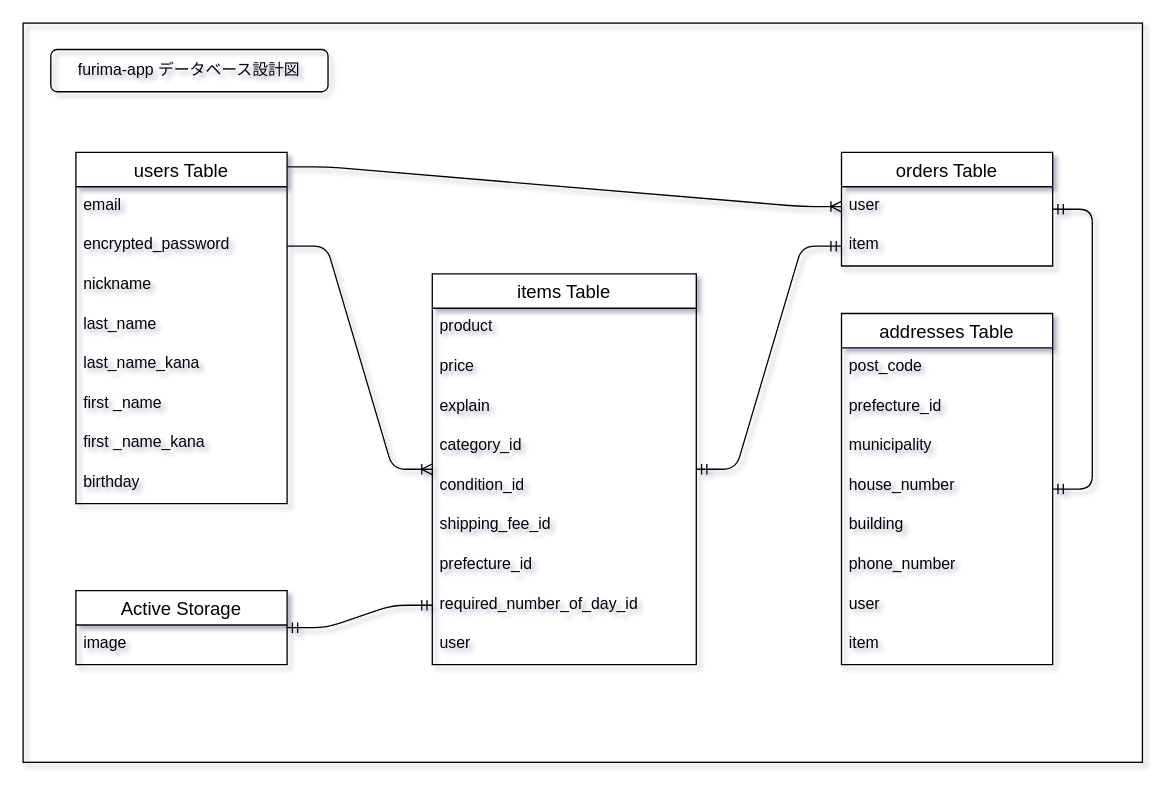
Above: データベース設計（ER図）.drawio in nagai-sho/furima-41496 (draw.io), before the change. Source tidied: cells renumbered, new cells numbered last; positions are measured from the earlier drawing's top-left corner, leaving out a move shared by most shapes. Both pictures are drawn from the tidied source at 132%, with x=0, y=0 at pixel (22, 22).
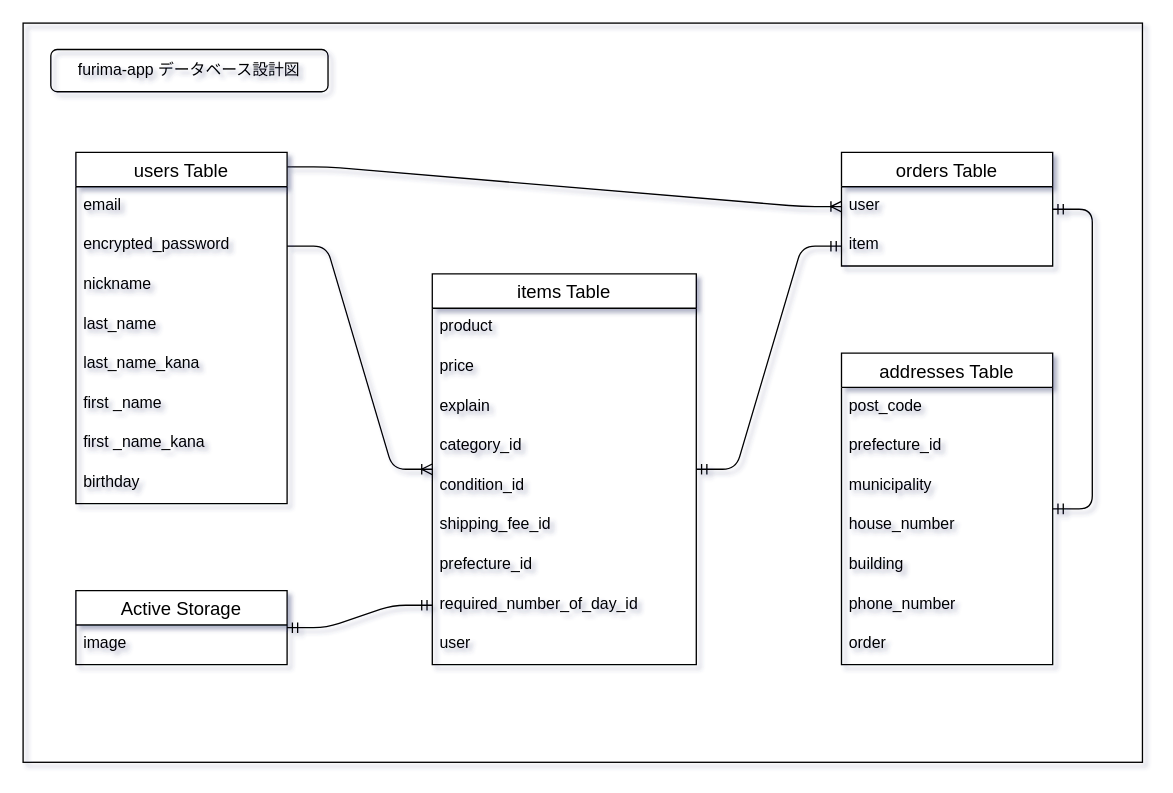
After the change.

What changed in the source:
```diff
@@
     <mxCell id="32" value="addresses Table" style="swimlane;fontStyle=0;horizontal=1;startSize=26;align=center;fontSize=14;" parent="1" vertex="1">
-      <mxGeometry x="620" y="220" width="160" height="266" as="geometry" />
+      <mxGeometry x="620" y="250" width="160" height="236" as="geometry" />
     </mxCell>
@@
-    <mxCell id="39" value="user" style="text;strokeColor=none;fillColor=none;spacingLeft=4;spacingRight=4;overflow=hidden;fontSize=12;" parent="32" vertex="1">
+    <mxCell id="39" value="order" style="text;strokeColor=none;fillColor=none;spacingLeft=4;spacingRight=4;overflow=hidden;fontSize=12;" parent="32" vertex="1">
       <mxGeometry y="206" width="160" height="30" as="geometry" />
     </mxCell>
-    <mxCell id="40" value="item" style="text;strokeColor=none;fillColor=none;spacingLeft=4;spacingRight=4;overflow=hidden;fontSize=12;" parent="32" vertex="1">
-      <mxGeometry y="236" width="160" height="30" as="geometry" />
-    </mxCell>
```
